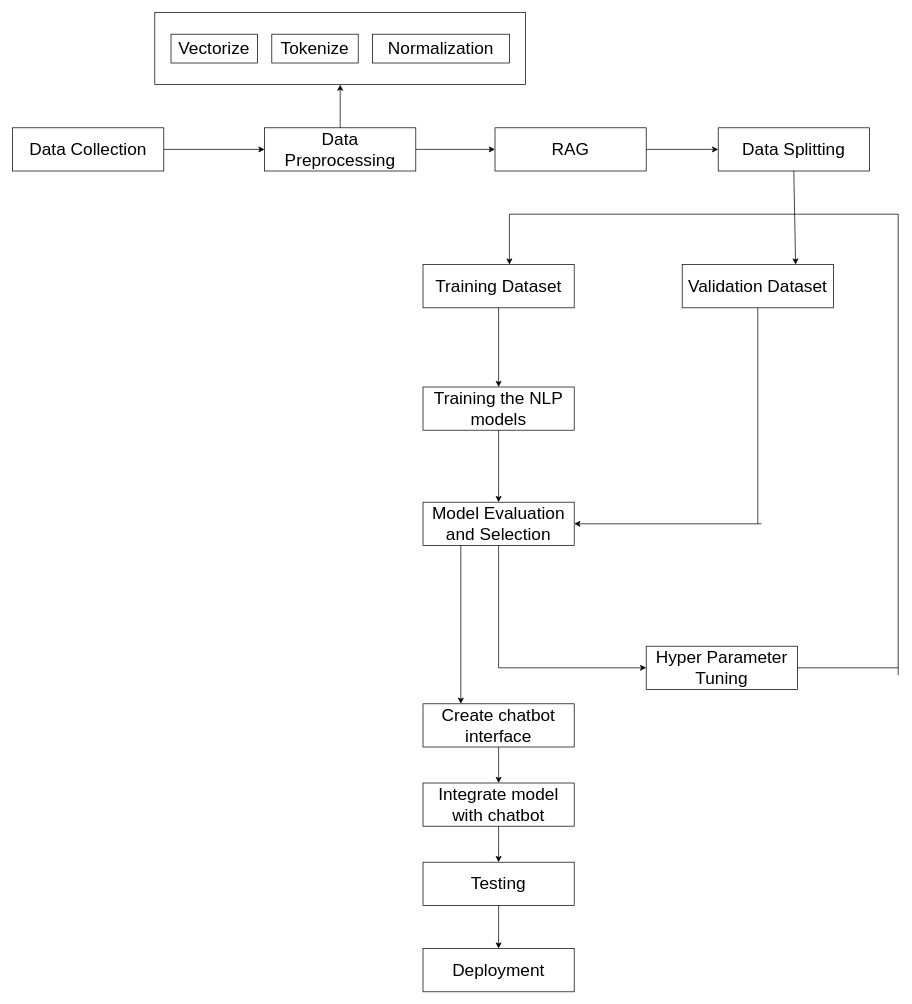
This is Untitled Diagram.drawio from Thukten-Dema/Taxi-Booking-System, a draw.io file, before an edit. Source tidied: cells renumbered, new cells numbered last; positions are measured from the earlier drawing's top-left corner, leaving out a move shared by most shapes. Both pictures are drawn from the tidied source at 72%, with x=0, y=0 at pixel (12, 12).
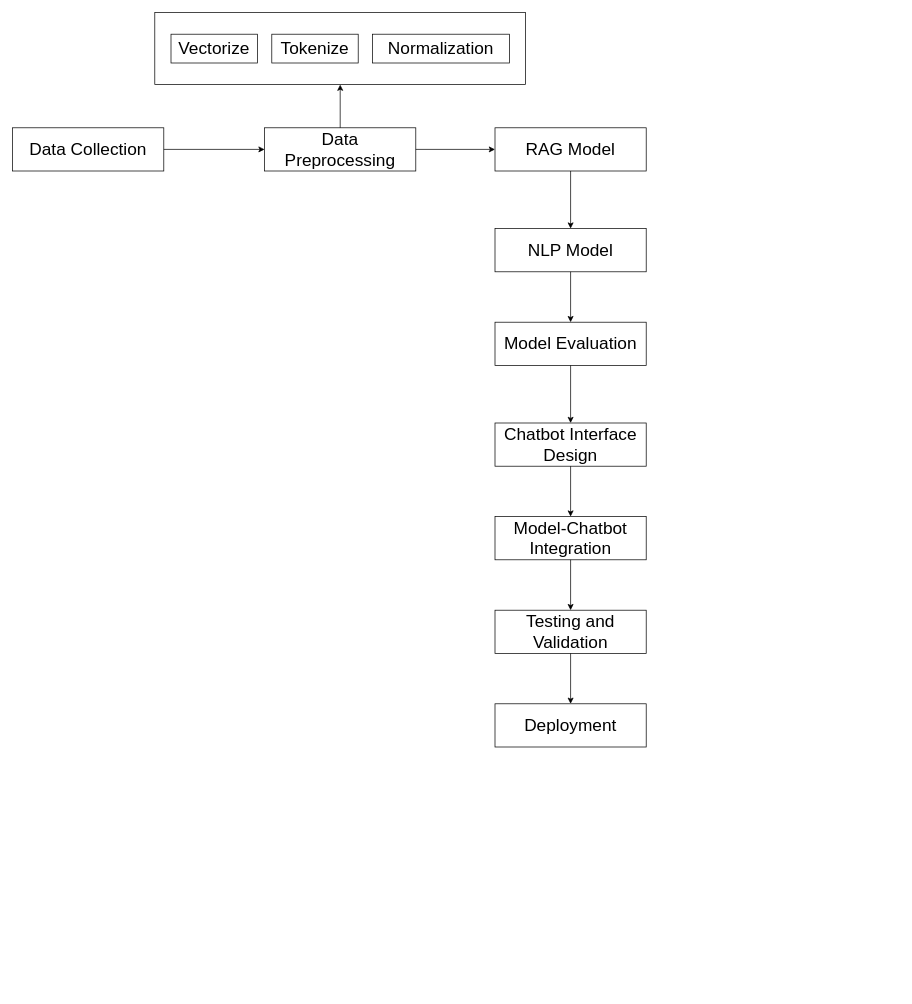
The same page after the edit.

The edit, as a diff of the source:
```diff
@@
-    <mxCell id="4" value="&lt;font style=&quot;font-size: 24px;&quot;&gt;Data Splitting&lt;/font&gt;" style="rounded=0;whiteSpace=wrap;html=1;" parent="1" vertex="1">
-      <mxGeometry x="980" y="160" width="210" height="60" as="geometry" />
-    </mxCell>
-    <mxCell id="5" value="&lt;font style=&quot;font-size: 24px;&quot;&gt;Training Dataset&lt;/font&gt;" style="rounded=0;whiteSpace=wrap;html=1;" parent="1" vertex="1">
-      <mxGeometry x="570" y="350" width="210" height="60" as="geometry" />
-    </mxCell>
-    <mxCell id="6" value="&lt;font style=&quot;font-size: 24px;&quot;&gt;Validation Dataset&lt;/font&gt;" style="rounded=0;whiteSpace=wrap;html=1;" parent="1" vertex="1">
-      <mxGeometry x="930" y="350" width="210" height="60" as="geometry" />
-    </mxCell>
-    <mxCell id="7" value="&lt;font style=&quot;font-size: 24px;&quot;&gt;Training the NLP models&lt;/font&gt;" style="rounded=0;whiteSpace=wrap;html=1;" parent="1" vertex="1">
-      <mxGeometry x="570" y="520" width="210" height="60" as="geometry" />
+    <mxCell id="7" value="&lt;font style=&quot;font-size: 24px;&quot;&gt;NLP Model&lt;/font&gt;" style="rounded=0;whiteSpace=wrap;html=1;" parent="1" vertex="1">
+      <mxGeometry x="670" y="300" width="210" height="60" as="geometry" />
     </mxCell>
-    <mxCell id="8" style="edgeStyle=orthogonalEdgeStyle;rounded=0;jettySize=auto;html=1;exitX=0.5;exitY=1;exitDx=0;exitDy=0;entryX=0;entryY=0.5;entryDx=0;entryDy=0;" parent="1" edge="1" source="9" target="19">
-      <mxGeometry relative="1" as="geometry" />
-    </mxCell>
-    <mxCell id="9" value="&lt;font style=&quot;font-size: 24px;&quot;&gt;Model Evaluation and Selection&lt;/font&gt;" style="rounded=0;whiteSpace=wrap;html=1;" parent="1" vertex="1">
-      <mxGeometry x="570" y="680" width="210" height="60" as="geometry" />
+    <mxCell id="9" value="&lt;font style=&quot;font-size: 24px;&quot;&gt;Model Evaluation&lt;/font&gt;" style="rounded=0;whiteSpace=wrap;html=1;" parent="1" vertex="1">
+      <mxGeometry x="670" y="430" width="210" height="60" as="geometry" />
     </mxCell>
@@
-    <mxCell id="12" style="endArrow=classic;html=1;rounded=0;exitX=0.5;exitY=1;exitDx=0;exitDy=0;entryX=0.75;entryY=0;entryDx=0;entryDy=0;" parent="1" edge="1" source="4" target="6">
-      <mxGeometry relative="1" as="geometry" />
-    </mxCell>
-    <mxCell id="13" style="endArrow=none;html=1;rounded=0;" parent="1" edge="1">
-      <mxGeometry relative="1" as="geometry">
-        <mxPoint x="690" y="280" as="sourcePoint" />
-        <mxPoint x="1090" y="280" as="targetPoint" />
-      </mxGeometry>
-    </mxCell>
-    <mxCell id="14" style="endArrow=classic;html=1;rounded=0;" parent="1" edge="1">
-      <mxGeometry relative="1" as="geometry">
-        <mxPoint x="690" y="280" as="sourcePoint" />
-        <mxPoint x="690" y="350" as="targetPoint" />
-      </mxGeometry>
-    </mxCell>
-    <mxCell id="15" style="endArrow=classic;html=1;rounded=0;exitX=0.5;exitY=1;exitDx=0;exitDy=0;entryX=0.5;entryY=0;entryDx=0;entryDy=0;" parent="1" edge="1" source="5" target="7">
-      <mxGeometry relative="1" as="geometry" />
-    </mxCell>
-    <mxCell id="16" style="endArrow=classic;html=1;rounded=0;exitX=0.5;exitY=1;exitDx=0;exitDy=0;entryX=0.5;entryY=0;entryDx=0;entryDy=0;" parent="1" edge="1" source="7" target="9">
-      <mxGeometry relative="1" as="geometry" />
-    </mxCell>
-    <mxCell id="17" style="endArrow=none;html=1;rounded=0;entryX=0.5;entryY=1;entryDx=0;entryDy=0;" parent="1" edge="1" target="6">
-      <mxGeometry relative="1" as="geometry">
-        <mxPoint x="1035" y="710" as="sourcePoint" />
-      </mxGeometry>
-    </mxCell>
-    <mxCell id="18" style="endArrow=classic;html=1;rounded=0;entryX=1;entryY=0.5;entryDx=0;entryDy=0;" parent="1" edge="1" target="9">
-      <mxGeometry relative="1" as="geometry">
-        <mxPoint x="1040" y="710" as="sourcePoint" />
-      </mxGeometry>
-    </mxCell>
-    <mxCell id="19" value="&lt;font style=&quot;font-size: 24px;&quot;&gt;Hyper Parameter Tuning&lt;/font&gt;" style="rounded=0;whiteSpace=wrap;html=1;" parent="1" vertex="1">
-      <mxGeometry x="880" y="880" width="210" height="60" as="geometry" />
-    </mxCell>
-    <mxCell id="20" style="endArrow=none;html=1;rounded=0;exitX=1;exitY=0.5;exitDx=0;exitDy=0;" parent="1" edge="1" source="19">
-      <mxGeometry relative="1" as="geometry">
-        <mxPoint x="1230" y="910" as="targetPoint" />
-      </mxGeometry>
-    </mxCell>
-    <mxCell id="21" style="endArrow=none;html=1;rounded=0;" parent="1" edge="1">
-      <mxGeometry relative="1" as="geometry">
-        <mxPoint x="1230" y="920" as="sourcePoint" />
-        <mxPoint x="1230" y="280" as="targetPoint" />
-      </mxGeometry>
-    </mxCell>
-    <mxCell id="22" style="endArrow=none;html=1;rounded=0;" parent="1" edge="1">
-      <mxGeometry relative="1" as="geometry">
-        <mxPoint x="1090" y="280" as="sourcePoint" />
-        <mxPoint x="1230" y="280" as="targetPoint" />
-      </mxGeometry>
-    </mxCell>
@@
-    <mxCell id="27" value="&lt;font style=&quot;font-size: 24px;&quot;&gt;Create chatbot interface&lt;/font&gt;" style="rounded=0;whiteSpace=wrap;html=1;" parent="1" vertex="1">
-      <mxGeometry x="570" y="960" width="210" height="60" as="geometry" />
+    <mxCell id="27" value="&lt;font style=&quot;font-size: 24px;&quot;&gt;Chatbot Interface Design&lt;/font&gt;" style="rounded=0;whiteSpace=wrap;html=1;" parent="1" vertex="1">
+      <mxGeometry x="670" y="570" width="210" height="60" as="geometry" />
     </mxCell>
-    <mxCell id="28" value="&lt;font style=&quot;font-size: 24px;&quot;&gt;Integrate model with chatbot&lt;/font&gt;" style="rounded=0;whiteSpace=wrap;html=1;" parent="1" vertex="1">
-      <mxGeometry x="570" y="1070" width="210" height="60" as="geometry" />
+    <mxCell id="28" value="&lt;font style=&quot;font-size: 24px;&quot;&gt;Model-Chatbot Integration&lt;/font&gt;" style="rounded=0;whiteSpace=wrap;html=1;" parent="1" vertex="1">
+      <mxGeometry x="670" y="700" width="210" height="60" as="geometry" />
     </mxCell>
-    <mxCell id="29" value="&lt;font style=&quot;font-size: 24px;&quot;&gt;Testing&lt;/font&gt;" style="rounded=0;whiteSpace=wrap;html=1;" parent="1" vertex="1">
-      <mxGeometry x="570" y="1180" width="210" height="60" as="geometry" />
+    <mxCell id="29" value="&lt;font style=&quot;font-size: 24px;&quot;&gt;Testing and Validation&lt;/font&gt;" style="rounded=0;whiteSpace=wrap;html=1;" parent="1" vertex="1">
+      <mxGeometry x="670" y="830" width="210" height="60" as="geometry" />
     </mxCell>
     <mxCell id="30" value="&lt;font style=&quot;font-size: 24px;&quot;&gt;Deployment&lt;/font&gt;" style="rounded=0;whiteSpace=wrap;html=1;" parent="1" vertex="1">
-      <mxGeometry x="570" y="1300" width="210" height="60" as="geometry" />
+      <mxGeometry x="670" y="960" width="210" height="60" as="geometry" />
     </mxCell>
-    <mxCell id="31" style="endArrow=classic;html=1;rounded=0;exitX=0.25;exitY=1;exitDx=0;exitDy=0;entryX=0.25;entryY=0;entryDx=0;entryDy=0;" parent="1" edge="1" source="9" target="27">
-      <mxGeometry relative="1" as="geometry" />
-    </mxCell>
@@
-    <mxCell id="35" value="&lt;font style=&quot;font-size: 24px;&quot;&gt;RAG&lt;/font&gt;" style="rounded=0;whiteSpace=wrap;html=1;" parent="1" vertex="1">
+    <mxCell id="35" value="&lt;font style=&quot;font-size: 24px;&quot;&gt;RAG Model&lt;/font&gt;" style="rounded=0;whiteSpace=wrap;html=1;" parent="1" vertex="1">
       <mxGeometry x="670" y="160" width="210" height="60" as="geometry" />
     </mxCell>
-    <mxCell id="36" style="endArrow=classic;html=1;rounded=0;exitX=1;exitY=0.5;exitDx=0;exitDy=0;entryX=0;entryY=0.5;entryDx=0;entryDy=0;" parent="1" edge="1" source="35" target="4">
+    <mxCell id="36" style="endArrow=classic;html=1;rounded=0;exitX=0.5;exitY=1;exitDx=0;exitDy=0;" parent="1" edge="1" source="35" target="7">
       <mxGeometry relative="1" as="geometry" />
     </mxCell>
@@
+    <mxCell id="16" style="endArrow=classic;html=1;rounded=0;exitX=0.5;exitY=1;exitDx=0;exitDy=0;" parent="1" edge="1" source="7" target="9">
+      <mxGeometry relative="1" as="geometry" />
+    </mxCell>
+    <mxCell id="31" style="endArrow=classic;html=1;rounded=0;exitX=0.5;exitY=1;exitDx=0;exitDy=0;" parent="1" edge="1" source="9" target="27">
+      <mxGeometry relative="1" as="geometry" />
+    </mxCell>
```
